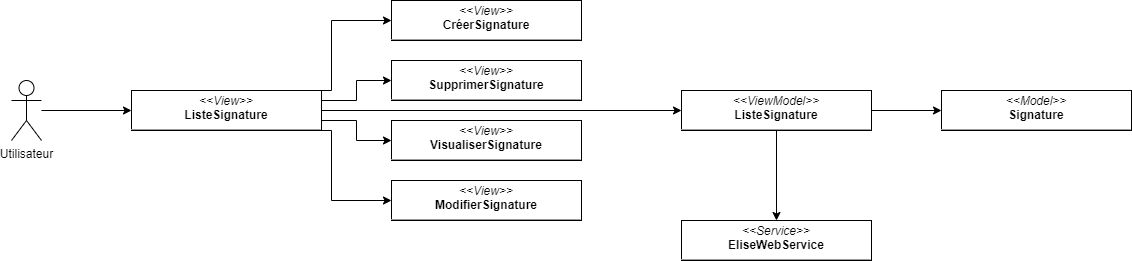
Above: images_pfe/dca_sprint2.png in PFE-Neoledge-2023/rapport (draw.io), before the change. Source tidied: cells renumbered, new cells last; positions are measured from the earlier drawing's top-left corner, leaving out a move shared by most shapes.
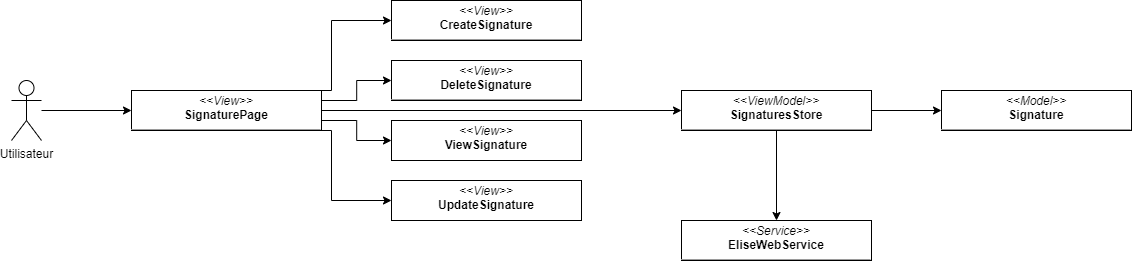
After the change.

The edit, as a diff of the source:
```diff
@@ -33,25 +33,25 @@
         </Array>
       </mxGeometry>
     </mxCell>
-    <mxCell id="9" value="&lt;p style=&quot;margin:0px;margin-top:4px;text-align:center;&quot;&gt;&lt;i&gt;&amp;lt;&amp;lt;View&amp;gt;&amp;gt;&lt;/i&gt;&lt;br&gt;&lt;b&gt;ListeSignature&lt;/b&gt;&lt;/p&gt;&lt;hr size=&quot;1&quot;&gt;&lt;p style=&quot;margin:0px;margin-left:4px;&quot;&gt;&lt;/p&gt;&lt;p style=&quot;margin:0px;margin-left:4px;&quot;&gt;&lt;br&gt;&lt;/p&gt;" style="verticalAlign=top;align=left;overflow=fill;fontSize=12;fontFamily=Helvetica;html=1;whiteSpace=wrap;" parent="1" vertex="1">
+    <mxCell id="9" value="&lt;p style=&quot;margin:0px;margin-top:4px;text-align:center;&quot;&gt;&lt;i&gt;&amp;lt;&amp;lt;View&amp;gt;&amp;gt;&lt;/i&gt;&lt;br&gt;&lt;b&gt;SignaturePage&lt;/b&gt;&lt;br&gt;&lt;/p&gt;&lt;hr size=&quot;1&quot;&gt;&lt;p style=&quot;margin:0px;margin-left:4px;&quot;&gt;&lt;/p&gt;&lt;p style=&quot;margin:0px;margin-left:4px;&quot;&gt;&lt;br&gt;&lt;/p&gt;" style="verticalAlign=top;align=left;overflow=fill;fontSize=12;fontFamily=Helvetica;html=1;whiteSpace=wrap;" parent="1" vertex="1">
       <mxGeometry x="120" y="90" width="190" height="40" as="geometry" />
     </mxCell>
     <mxCell id="10" style="edgeStyle=orthogonalEdgeStyle;rounded=0;jettySize=auto;html=1;startArrow=none;startFill=0;" parent="1" edge="1" source="11" target="16">
       <mxGeometry relative="1" as="geometry" />
     </mxCell>
-    <mxCell id="11" value="&lt;p style=&quot;margin:0px;margin-top:4px;text-align:center;&quot;&gt;&lt;i&gt;&amp;lt;&amp;lt;ViewModel&amp;gt;&amp;gt;&lt;/i&gt;&lt;br&gt;&lt;b&gt;ListeSignature&lt;/b&gt;&lt;/p&gt;&lt;hr size=&quot;1&quot;&gt;&lt;p style=&quot;margin:0px;margin-left:4px;&quot;&gt;&lt;br&gt;&lt;/p&gt;" style="verticalAlign=top;align=left;overflow=fill;fontSize=12;fontFamily=Helvetica;html=1;whiteSpace=wrap;" parent="1" vertex="1">
+    <mxCell id="11" value="&lt;p style=&quot;margin:0px;margin-top:4px;text-align:center;&quot;&gt;&lt;i&gt;&amp;lt;&amp;lt;ViewModel&amp;gt;&amp;gt;&lt;/i&gt;&lt;br&gt;&lt;b&gt;SignaturesStore&lt;/b&gt;&lt;br&gt;&lt;/p&gt;&lt;hr size=&quot;1&quot;&gt;&lt;p style=&quot;margin:0px;margin-left:4px;&quot;&gt;&lt;br&gt;&lt;/p&gt;" style="verticalAlign=top;align=left;overflow=fill;fontSize=12;fontFamily=Helvetica;html=1;whiteSpace=wrap;" parent="1" vertex="1">
       <mxGeometry x="670" y="90" width="190" height="40" as="geometry" />
     </mxCell>
-    <mxCell id="12" value="&lt;p style=&quot;margin:0px;margin-top:4px;text-align:center;&quot;&gt;&lt;i&gt;&amp;lt;&amp;lt;View&amp;gt;&amp;gt;&lt;/i&gt;&lt;br&gt;&lt;b&gt;CréerSignature&lt;/b&gt;&lt;/p&gt;&lt;hr size=&quot;1&quot;&gt;&lt;p style=&quot;margin:0px;margin-left:4px;&quot;&gt;&lt;/p&gt;&lt;p style=&quot;margin:0px;margin-left:4px;&quot;&gt;&lt;br&gt;&lt;/p&gt;" style="verticalAlign=top;align=left;overflow=fill;fontSize=12;fontFamily=Helvetica;html=1;whiteSpace=wrap;" parent="1" vertex="1">
+    <mxCell id="12" value="&lt;p style=&quot;margin:0px;margin-top:4px;text-align:center;&quot;&gt;&lt;i&gt;&amp;lt;&amp;lt;View&amp;gt;&amp;gt;&lt;/i&gt;&lt;br&gt;&lt;b&gt;CreateSignature&lt;/b&gt;&lt;br&gt;&lt;/p&gt;&lt;hr size=&quot;1&quot;&gt;&lt;p style=&quot;margin:0px;margin-left:4px;&quot;&gt;&lt;/p&gt;&lt;p style=&quot;margin:0px;margin-left:4px;&quot;&gt;&lt;br&gt;&lt;/p&gt;" style="verticalAlign=top;align=left;overflow=fill;fontSize=12;fontFamily=Helvetica;html=1;whiteSpace=wrap;" parent="1" vertex="1">
       <mxGeometry x="380" width="190" height="40" as="geometry" />
     </mxCell>
-    <mxCell id="13" value="&lt;p style=&quot;margin:0px;margin-top:4px;text-align:center;&quot;&gt;&lt;i&gt;&amp;lt;&amp;lt;View&amp;gt;&amp;gt;&lt;/i&gt;&lt;br&gt;&lt;b&gt;ModifierSignature&lt;/b&gt;&lt;/p&gt;&lt;hr size=&quot;1&quot;&gt;&lt;p style=&quot;margin:0px;margin-left:4px;&quot;&gt;&lt;/p&gt;&lt;p style=&quot;margin:0px;margin-left:4px;&quot;&gt;&lt;br&gt;&lt;/p&gt;" style="verticalAlign=top;align=left;overflow=fill;fontSize=12;fontFamily=Helvetica;html=1;whiteSpace=wrap;" parent="1" vertex="1">
+    <mxCell id="13" value="&lt;p style=&quot;margin:0px;margin-top:4px;text-align:center;&quot;&gt;&lt;i&gt;&amp;lt;&amp;lt;View&amp;gt;&amp;gt;&lt;/i&gt;&lt;br&gt;&lt;b&gt;UpdateSignature&lt;/b&gt;&lt;br&gt;&lt;/p&gt;&lt;div&gt;&lt;b&gt;&lt;br&gt;&lt;/b&gt;&lt;/div&gt;&lt;hr size=&quot;1&quot;&gt;&lt;p style=&quot;margin:0px;margin-left:4px;&quot;&gt;&lt;/p&gt;&lt;p style=&quot;margin:0px;margin-left:4px;&quot;&gt;&lt;br&gt;&lt;/p&gt;" style="verticalAlign=top;align=left;overflow=fill;fontSize=12;fontFamily=Helvetica;html=1;whiteSpace=wrap;" parent="1" vertex="1">
       <mxGeometry x="380" y="180" width="190" height="40" as="geometry" />
     </mxCell>
-    <mxCell id="14" value="&lt;p style=&quot;margin:0px;margin-top:4px;text-align:center;&quot;&gt;&lt;i&gt;&amp;lt;&amp;lt;View&amp;gt;&amp;gt;&lt;/i&gt;&lt;br&gt;&lt;b&gt;SupprimerSignature&lt;/b&gt;&lt;/p&gt;&lt;hr size=&quot;1&quot;&gt;&lt;p style=&quot;margin:0px;margin-left:4px;&quot;&gt;&lt;/p&gt;&lt;p style=&quot;margin:0px;margin-left:4px;&quot;&gt;&lt;br&gt;&lt;/p&gt;" style="verticalAlign=top;align=left;overflow=fill;fontSize=12;fontFamily=Helvetica;html=1;whiteSpace=wrap;" parent="1" vertex="1">
+    <mxCell id="14" value="&lt;p style=&quot;margin:0px;margin-top:4px;text-align:center;&quot;&gt;&lt;i&gt;&amp;lt;&amp;lt;View&amp;gt;&amp;gt;&lt;/i&gt;&lt;br&gt;&lt;b&gt;DeleteSignature&lt;/b&gt;&lt;br&gt;&lt;/p&gt;&lt;hr size=&quot;1&quot;&gt;&lt;p style=&quot;margin:0px;margin-left:4px;&quot;&gt;&lt;/p&gt;&lt;p style=&quot;margin:0px;margin-left:4px;&quot;&gt;&lt;br&gt;&lt;/p&gt;" style="verticalAlign=top;align=left;overflow=fill;fontSize=12;fontFamily=Helvetica;html=1;whiteSpace=wrap;" parent="1" vertex="1">
       <mxGeometry x="380" y="60" width="190" height="40" as="geometry" />
     </mxCell>
-    <mxCell id="15" value="&lt;p style=&quot;margin:0px;margin-top:4px;text-align:center;&quot;&gt;&lt;i&gt;&amp;lt;&amp;lt;View&amp;gt;&amp;gt;&lt;/i&gt;&lt;br&gt;&lt;b&gt;VisualiserSignature&lt;/b&gt;&lt;/p&gt;&lt;hr size=&quot;1&quot;&gt;&lt;p style=&quot;margin:0px;margin-left:4px;&quot;&gt;&lt;/p&gt;&lt;p style=&quot;margin:0px;margin-left:4px;&quot;&gt;&lt;br&gt;&lt;/p&gt;" style="verticalAlign=top;align=left;overflow=fill;fontSize=12;fontFamily=Helvetica;html=1;whiteSpace=wrap;" parent="1" vertex="1">
+    <mxCell id="15" value="&lt;p style=&quot;margin:0px;margin-top:4px;text-align:center;&quot;&gt;&lt;i&gt;&amp;lt;&amp;lt;View&amp;gt;&amp;gt;&lt;/i&gt;&lt;br&gt;&lt;b&gt;ViewSignature&lt;/b&gt;&lt;br&gt;&lt;/p&gt;&lt;div&gt;&lt;b&gt;&lt;br&gt;&lt;/b&gt;&lt;/div&gt;&lt;hr size=&quot;1&quot;&gt;&lt;p style=&quot;margin:0px;margin-left:4px;&quot;&gt;&lt;/p&gt;&lt;p style=&quot;margin:0px;margin-left:4px;&quot;&gt;&lt;br&gt;&lt;/p&gt;" style="verticalAlign=top;align=left;overflow=fill;fontSize=12;fontFamily=Helvetica;html=1;whiteSpace=wrap;" parent="1" vertex="1">
       <mxGeometry x="380" y="120" width="190" height="40" as="geometry" />
     </mxCell>
     <mxCell id="16" value="&lt;p style=&quot;margin:0px;margin-top:4px;text-align:center;&quot;&gt;&lt;i&gt;&amp;lt;&amp;lt;Model&amp;gt;&amp;gt;&lt;/i&gt;&lt;br&gt;&lt;b&gt;Signature&lt;/b&gt;&lt;/p&gt;&lt;hr size=&quot;1&quot;&gt;&lt;p style=&quot;margin:0px;margin-left:4px;&quot;&gt;&lt;br&gt;&lt;/p&gt;" style="verticalAlign=top;align=left;overflow=fill;fontSize=12;fontFamily=Helvetica;html=1;whiteSpace=wrap;" parent="1" vertex="1">
```
